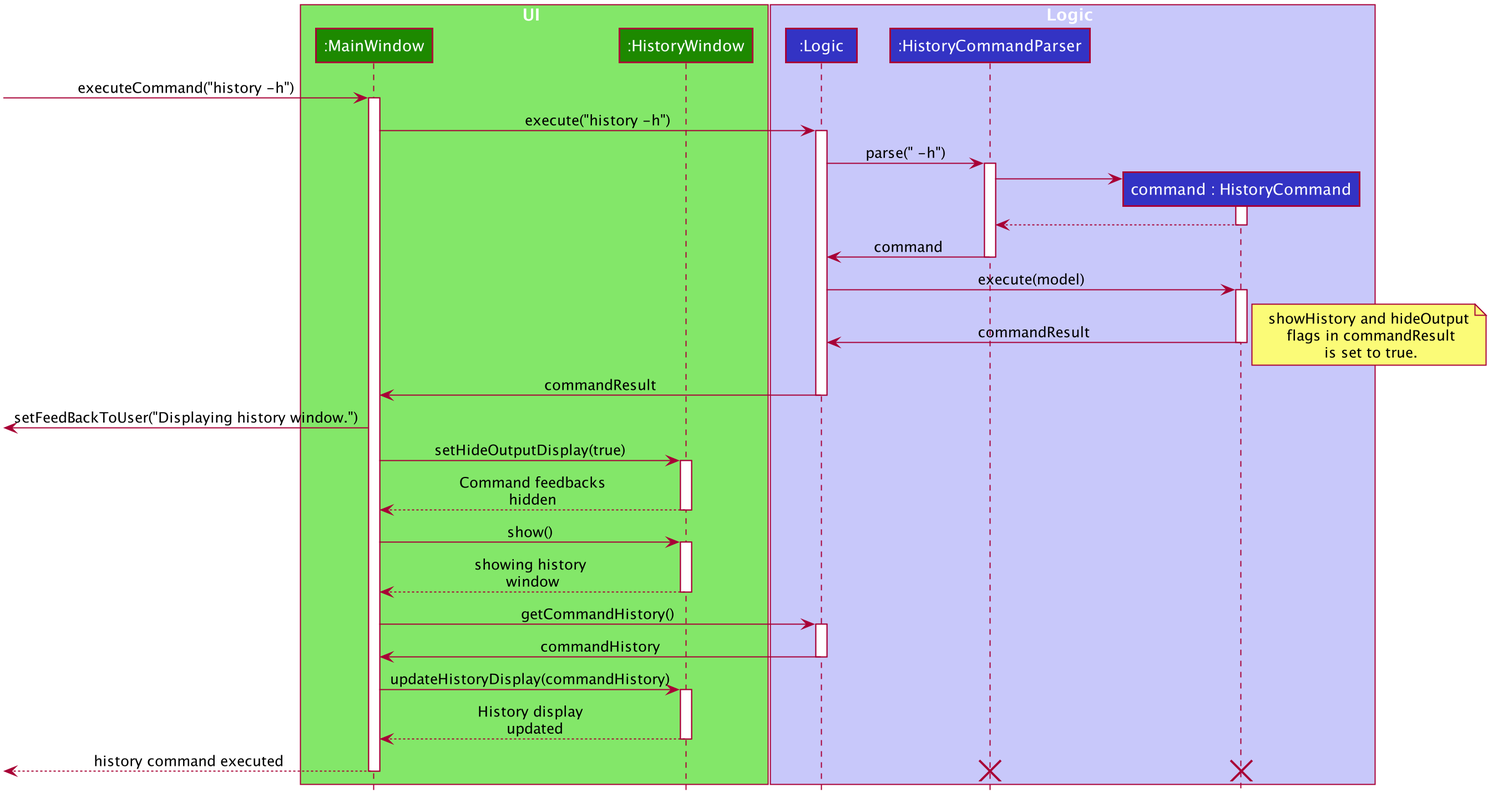
Above: docs/images/HistoryCommandSequenceDiagram.png in nus-cs2103-AY1920S1/addressbook-level3 (PlantUML), before the change.
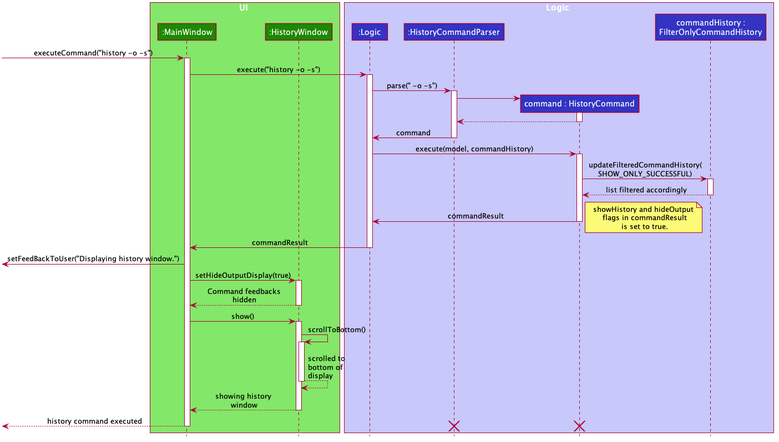
After the commit.

The edit, as a diff of the source:
```diff
@@ -57,14 +57,15 @@
 participant ":Logic" as Logic #3333C4
 participant ":HistoryCommandParser" as HistoryCommandParser #3333C4
 participant "command : HistoryCommand" as HistoryCommand #3333C4
+participant "commandHistory :\nFilterOnlyCommandHistory" as CommandHistory #3333C4
 end box
 
--> MainWindow : executeCommand("history -h")
+-> MainWindow : executeCommand("history -o -s")
 activate MainWindow
 
-MainWindow -> Logic: execute("history -h")
+MainWindow -> Logic: execute("history -o -s")
 activate Logic
-Logic -> HistoryCommandParser: parse(" -h")
+Logic -> HistoryCommandParser: parse(" -o -s")
 activate HistoryCommandParser
 create HistoryCommand
 HistoryCommandParser -> HistoryCommand
@@ -73,8 +74,12 @@
 deactivate HistoryCommand
 HistoryCommandParser -> Logic: command
 deactivate HistoryCommandParser
-Logic -> HistoryCommand : execute(model)
+Logic -> HistoryCommand : execute(model, commandHistory)
 activate HistoryCommand
+HistoryCommand -> CommandHistory : updateFilteredCommandHistory(\nSHOW_ONLY_SUCCESSFUL)
+activate CommandHistory
+CommandHistory --> HistoryCommand : list filtered accordingly
+deactivate CommandHistory
 HistoryCommand -> Logic : commandResult
 note right: showHistory and hideOutput\n flags in commandResult\n is set to true.
 deactivate HistoryCommand
@@ -91,17 +96,14 @@
 
 MainWindow -> HistoryWindow : show()
 activate HistoryWindow
-HistoryWindow --> MainWindow : showing history \nwindow
+
+
+HistoryWindow -> HistoryWindow: scrollToBottom()
+activate HistoryWindow
+HistoryWindow --> HistoryWindow : scrolled to\nbottom of\ndisplay
 deactivate HistoryWindow
 
-MainWindow -> Logic : getCommandHistory()
-activate Logic
-Logic -> MainWindow: commandHistory
-deactivate Logic
-
-MainWindow -> HistoryWindow: updateHistoryDisplay(commandHistory)
-activate HistoryWindow
-HistoryWindow --> MainWindow: History display \n updated
+HistoryWindow --> MainWindow : showing history \nwindow
 deactivate HistoryWindow
 
 <-- MainWindow: history command executed
```
